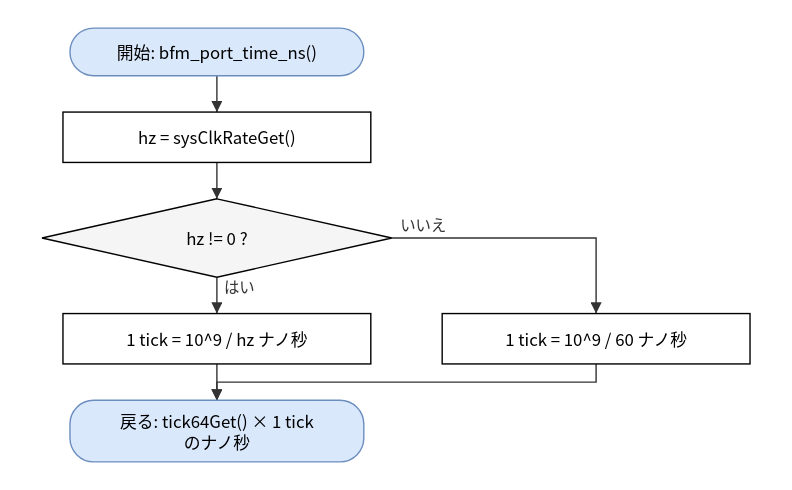
hf355051012-ai/bfmem keeps this draw.io diagram as doc/spec/images/flow_port_vxworks_port_vxworks-bfm_port_time_ns.drawio.svg. Above is the earlier version. Source tidied: cells renumbered, new cells last; positions are measured from the earlier drawing's top-left corner, leaving out a move shared by most shapes.
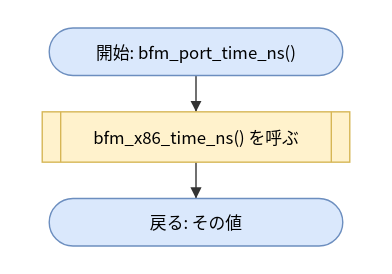
The same file after the commit.

Diff of the diagram source:
```diff
@@ -5,47 +5,17 @@
     <mxCell id="2" value="開始: bfm_port_time_ns()" style="rounded=1;arcSize=50;whiteSpace=wrap;html=1;fillColor=#dae8fc;strokeColor=#6c8ebf;" parent="1" vertex="1">
       <mxGeometry x="20" width="210" height="34" as="geometry" />
     </mxCell>
-    <mxCell id="3" value="hz = sysClkRateGet()" style="rounded=0;whiteSpace=wrap;html=1;" parent="1" vertex="1">
+    <mxCell id="3" value="bfm_x86_time_ns() を呼ぶ" style="shape=process;whiteSpace=wrap;html=1;backgroundOutline=1;size=0.06;fillColor=#fff2cc;strokeColor=#d6b656;" parent="1" vertex="1">
       <mxGeometry x="15" y="60" width="220" height="36" as="geometry" />
     </mxCell>
-    <mxCell id="4" value="hz != 0 ?" style="rhombus;whiteSpace=wrap;html=1;fillColor=#f5f5f5;" parent="1" vertex="1">
-      <mxGeometry y="122" width="250" height="56" as="geometry" />
+    <mxCell id="4" value="戻る: その値" style="rounded=1;arcSize=50;whiteSpace=wrap;html=1;fillColor=#dae8fc;strokeColor=#6c8ebf;" parent="1" vertex="1">
+      <mxGeometry x="20" y="122" width="210" height="34" as="geometry" />
     </mxCell>
-    <mxCell id="5" value="1 tick = 10^9 / hz ナノ秒" style="rounded=0;whiteSpace=wrap;html=1;" parent="1" vertex="1">
-      <mxGeometry x="15" y="204" width="220" height="36" as="geometry" />
-    </mxCell>
-    <mxCell id="6" value="1 tick = 10^9 / 60 ナノ秒" style="rounded=0;whiteSpace=wrap;html=1;" parent="1" vertex="1">
-      <mxGeometry x="286" y="204" width="220" height="36" as="geometry" />
-    </mxCell>
-    <mxCell id="7" value="戻る: tick64Get() × 1 tick&lt;br&gt;のナノ秒" style="rounded=1;arcSize=50;whiteSpace=wrap;html=1;fillColor=#dae8fc;strokeColor=#6c8ebf;" parent="1" vertex="1">
-      <mxGeometry x="20" y="266" width="210" height="44" as="geometry" />
-    </mxCell>
     <mxCell id="8" style="edgeStyle=none;html=1;rounded=0;endArrow=block;endFill=1;exitX=0.5000;exitY=1.0000;exitDx=0;exitDy=0;exitPerimeter=0;entryX=0.5000;entryY=0.0000;entryDx=0;entryDy=0;entryPerimeter=0;" parent="1" edge="1" source="2" target="3">
       <mxGeometry relative="1" as="geometry" />
     </mxCell>
     <mxCell id="9" style="edgeStyle=none;html=1;rounded=0;endArrow=block;endFill=1;exitX=0.5000;exitY=1.0000;exitDx=0;exitDy=0;exitPerimeter=0;entryX=0.5000;entryY=0.0000;entryDx=0;entryDy=0;entryPerimeter=0;" parent="1" edge="1" source="3" target="4">
       <mxGeometry relative="1" as="geometry" />
     </mxCell>
-    <mxCell id="10" value="はい" style="edgeStyle=none;html=1;rounded=0;endArrow=block;endFill=1;exitX=0.5000;exitY=1.0000;exitDx=0;exitDy=0;exitPerimeter=0;entryX=0.5000;entryY=0.0000;entryDx=0;entryDy=0;entryPerimeter=0;" parent="1" edge="1" source="4" target="5">
-      <mxGeometry relative="1" as="geometry" />
-    </mxCell>
-    <mxCell id="11" value="いいえ" style="edgeStyle=none;html=1;rounded=0;endArrow=block;endFill=1;exitX=1.0000;exitY=0.5000;exitDx=0;exitDy=0;exitPerimeter=0;entryX=0.5000;entryY=0.0000;entryDx=0;entryDy=0;entryPerimeter=0;" parent="1" edge="1" source="4" target="6">
-      <mxGeometry relative="1" as="geometry">
-        <Array as="points">
-          <mxPoint x="396" y="150" />
-        </Array>
-      </mxGeometry>
-    </mxCell>
-    <mxCell id="12" style="edgeStyle=none;html=1;rounded=0;endArrow=block;endFill=1;exitX=0.5000;exitY=1.0000;exitDx=0;exitDy=0;exitPerimeter=0;entryX=0.5000;entryY=0.0000;entryDx=0;entryDy=0;entryPerimeter=0;" parent="1" edge="1" source="5" target="7">
-      <mxGeometry relative="1" as="geometry" />
-    </mxCell>
-    <mxCell id="13" style="edgeStyle=none;html=1;rounded=0;endArrow=block;endFill=1;exitX=0.5000;exitY=1.0000;exitDx=0;exitDy=0;exitPerimeter=0;entryX=0.5000;entryY=0.0000;entryDx=0;entryDy=0;entryPerimeter=0;" parent="1" edge="1" source="6" target="7">
-      <mxGeometry relative="1" as="geometry">
-        <Array as="points">
-          <mxPoint x="396" y="253" />
-          <mxPoint x="125" y="253" />
-        </Array>
-      </mxGeometry>
-    </mxCell>
   </root>
 </mxGraphModel>
```
